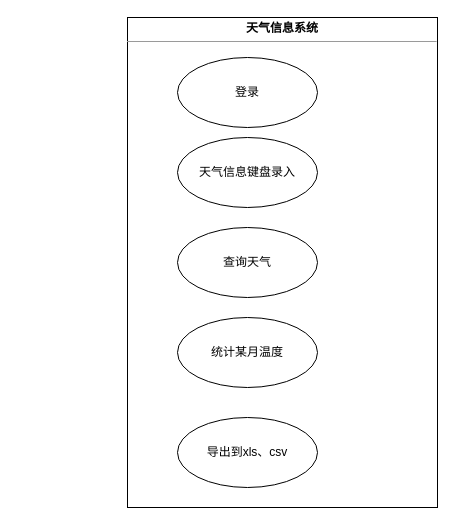
This is Untitled Diagram.drawio from DayoWong0/Android, a draw.io file, before an edit. Source tidied: cells renumbered, new cells numbered last; positions are measured from the earlier drawing's top-left corner, leaving out a move shared by most shapes. Both pictures are drawn from the tidied source at 100%, with x=0, y=0 at pixel (127, 17).
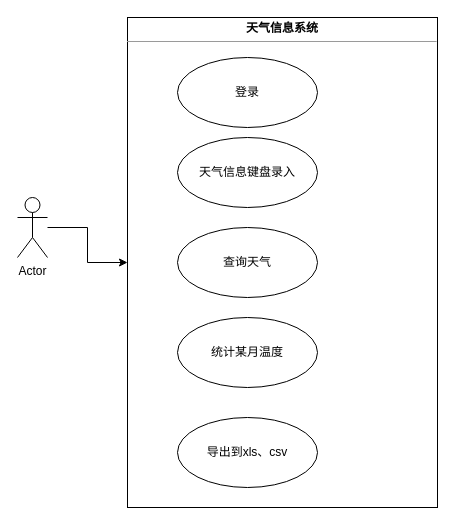
After the change.

Change to the diagram source:
```diff
@@
 <mxGraphModel>
   <root>
     <mxCell id="0" />
     <mxCell id="1" parent="0" />
     <mxCell id="2" value="&lt;p style=&quot;margin:0px;margin-top:4px;text-align:center;&quot;&gt;&lt;b&gt;天气信息系统&lt;/b&gt;&lt;/p&gt;&lt;hr size=&quot;1&quot;&gt;&lt;div style=&quot;height:2px;&quot;&gt;&lt;/div&gt;" style="verticalAlign=top;align=left;overflow=fill;fontSize=12;fontFamily=Helvetica;html=1;" parent="1" vertex="1">
       <mxGeometry width="310" height="490" as="geometry" />
     </mxCell>
     <mxCell id="3" value="天气信息键盘录入" style="ellipse;whiteSpace=wrap;html=1;" parent="1" vertex="1">
       <mxGeometry x="50" y="120" width="140" height="70" as="geometry" />
     </mxCell>
     <mxCell id="4" value="登录" style="ellipse;whiteSpace=wrap;html=1;" parent="1" vertex="1">
       <mxGeometry x="50" y="40" width="140" height="70" as="geometry" />
     </mxCell>
     <mxCell id="5" value="查询天气" style="ellipse;whiteSpace=wrap;html=1;" parent="1" vertex="1">
       <mxGeometry x="50" y="210" width="140" height="70" as="geometry" />
     </mxCell>
     <mxCell id="6" value="统计某月温度" style="ellipse;whiteSpace=wrap;html=1;" parent="1" vertex="1">
       <mxGeometry x="50" y="300" width="140" height="70" as="geometry" />
     </mxCell>
     <mxCell id="7" value="导出到xls、csv" style="ellipse;whiteSpace=wrap;html=1;" parent="1" vertex="1">
       <mxGeometry x="50" y="400" width="140" height="70" as="geometry" />
     </mxCell>
+    <mxCell id="8" style="edgeStyle=orthogonalEdgeStyle;rounded=0;jettySize=auto;html=1;" parent="1" edge="1" source="9" target="2">
+      <mxGeometry relative="1" as="geometry" />
+    </mxCell>
+    <mxCell id="9" value="Actor" style="shape=umlActor;verticalLabelPosition=bottom;verticalAlign=top;html=1;" parent="1" vertex="1">
+      <mxGeometry x="-110" y="180" width="30" height="60" as="geometry" />
+    </mxCell>
   </root>
 </mxGraphModel>
```
